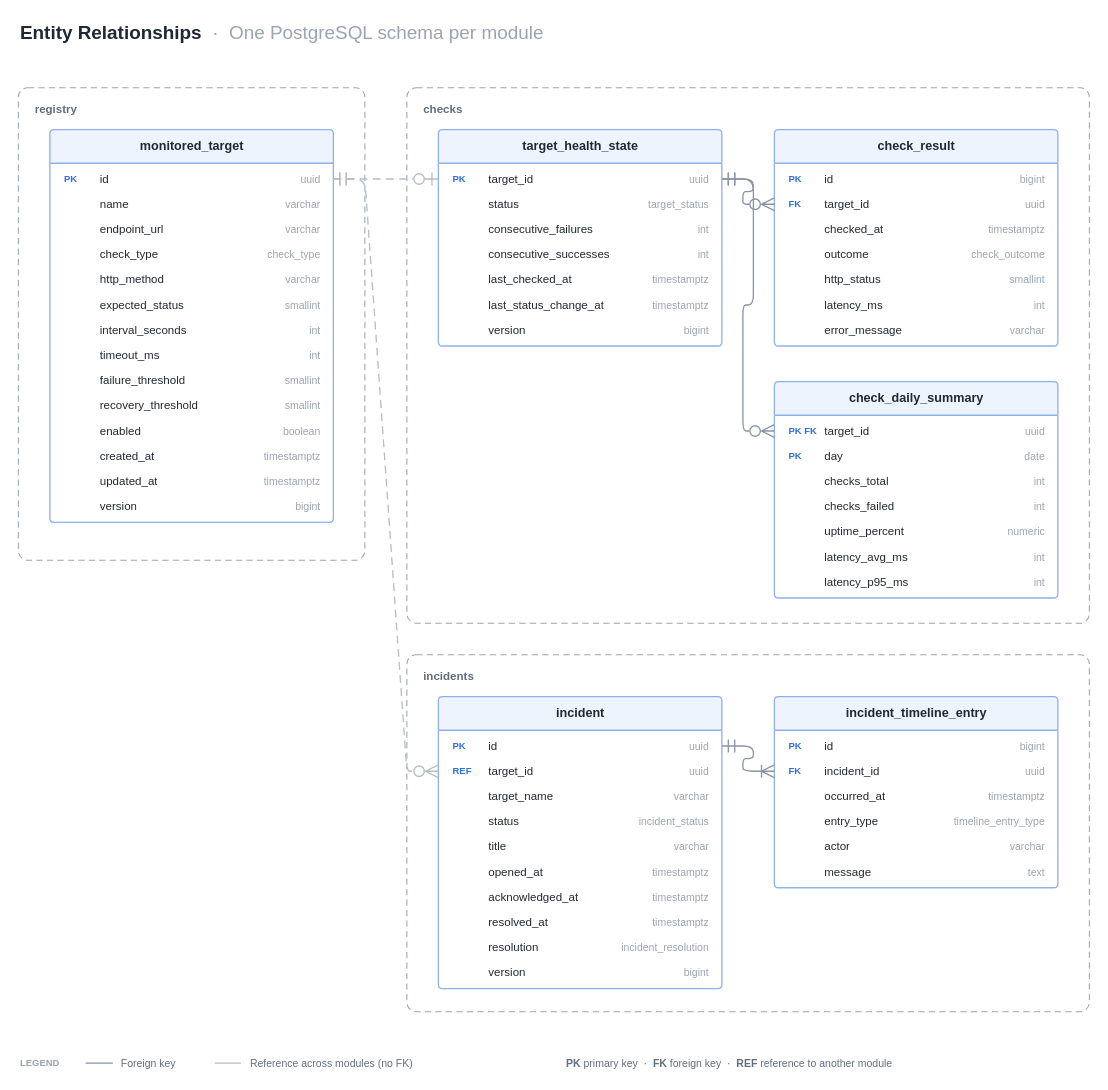
Above: docs/architecture/04-erd.drawio in nebadesmondc/pulsiris (draw.io), before the change. Source tidied: cells renumbered, new cells numbered last; positions are measured from the earlier drawing's top-left corner, leaving out a move shared by most shapes. Both pictures are drawn from the tidied source at 105%, with x=0, y=0 at pixel (18, 18).
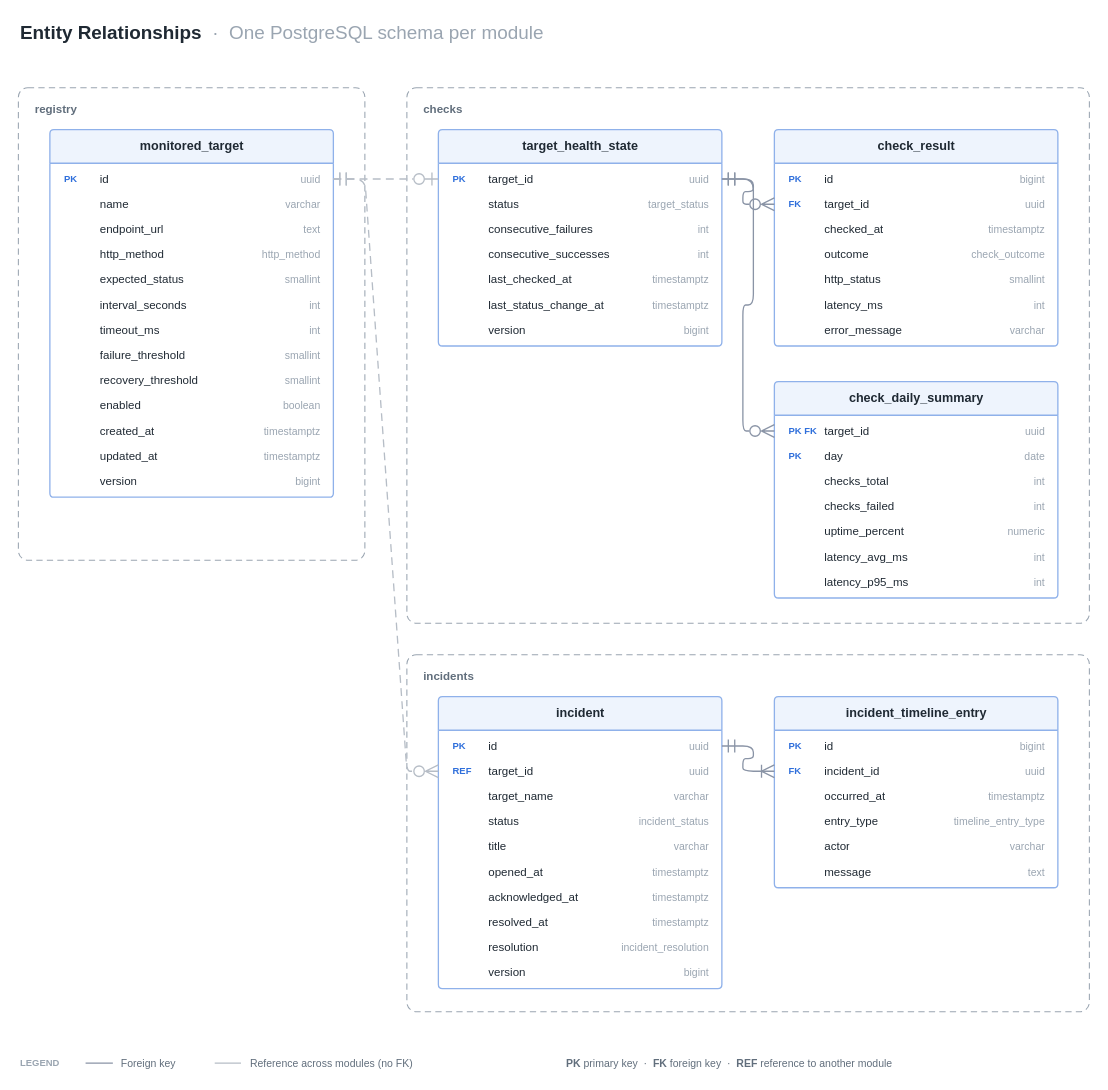
The same page after the edit.

Commit message (it also covers changes not shown here):
Update architecture docs for the registry module

What changed in the source:
```diff
@@
     <mxCell id="6" value="monitored_target" style="fontFamily=Helvetica;swimlane;horizontal=1;startSize=32;html=1;fontSize=12;fontStyle=1;fontColor=#1F2933;fillColor=#EEF4FD;strokeColor=#8FB1EA;swimlaneFillColor=#FFFFFF;strokeWidth=1.25;rounded=1;arcSize=4;" parent="1" vertex="1">
-      <mxGeometry x="30" y="106" width="270" height="374" as="geometry" />
+      <mxGeometry x="30" y="106" width="270" height="350" as="geometry" />
     </mxCell>
@@
-    <mxCell id="13" value="varchar" style="fontFamily=Helvetica;text;html=1;align=left;verticalAlign=middle;whiteSpace=wrap;strokeColor=none;fillColor=none;fontColor=#616E7C;fontSize=11;fontSize=10;align=right;fontColor=#9AA5B1;" parent="6" vertex="1">
+    <mxCell id="13" value="text" style="fontFamily=Helvetica;text;html=1;align=left;verticalAlign=middle;whiteSpace=wrap;strokeColor=none;fillColor=none;fontColor=#616E7C;fontSize=11;fontSize=10;align=right;fontColor=#9AA5B1;" parent="6" vertex="1">
       <mxGeometry x="140" y="83" width="120" height="24" as="geometry" />
     </mxCell>
-    <mxCell id="14" value="check_type" style="fontFamily=Helvetica;text;html=1;strokeColor=none;fillColor=none;align=left;verticalAlign=middle;spacingLeft=10;spacingRight=10;overflow=hidden;fontSize=11;spacingLeft=46;fontColor=#1F2933;" parent="6" vertex="1">
-      <mxGeometry y="107" width="270" height="24" as="geometry" />
-    </mxCell>
-    <mxCell id="15" value="check_type" style="fontFamily=Helvetica;text;html=1;align=left;verticalAlign=middle;whiteSpace=wrap;strokeColor=none;fillColor=none;fontColor=#616E7C;fontSize=11;fontSize=10;align=right;fontColor=#9AA5B1;" parent="6" vertex="1">
-      <mxGeometry x="140" y="107" width="120" height="24" as="geometry" />
-    </mxCell>
     <mxCell id="16" value="http_method" style="fontFamily=Helvetica;text;html=1;strokeColor=none;fillColor=none;align=left;verticalAlign=middle;spacingLeft=10;spacingRight=10;overflow=hidden;fontSize=11;spacingLeft=46;fontColor=#1F2933;" parent="6" vertex="1">
-      <mxGeometry y="131" width="270" height="24" as="geometry" />
+      <mxGeometry y="107" width="270" height="24" as="geometry" />
     </mxCell>
-    <mxCell id="17" value="varchar" style="fontFamily=Helvetica;text;html=1;align=left;verticalAlign=middle;whiteSpace=wrap;strokeColor=none;fillColor=none;fontColor=#616E7C;fontSize=11;fontSize=10;align=right;fontColor=#9AA5B1;" parent="6" vertex="1">
-      <mxGeometry x="140" y="131" width="120" height="24" as="geometry" />
+    <mxCell id="17" value="http_method" style="fontFamily=Helvetica;text;html=1;align=left;verticalAlign=middle;whiteSpace=wrap;strokeColor=none;fillColor=none;fontColor=#616E7C;fontSize=11;fontSize=10;align=right;fontColor=#9AA5B1;" parent="6" vertex="1">
+      <mxGeometry x="140" y="107" width="120" height="24" as="geometry" />
     </mxCell>
     <mxCell id="18" value="expected_status" style="fontFamily=Helvetica;text;html=1;strokeColor=none;fillColor=none;align=left;verticalAlign=middle;spacingLeft=10;spacingRight=10;overflow=hidden;fontSize=11;spacingLeft=46;fontColor=#1F2933;" parent="6" vertex="1">
-      <mxGeometry y="155" width="270" height="24" as="geometry" />
+      <mxGeometry y="131" width="270" height="24" as="geometry" />
     </mxCell>
     <mxCell id="19" value="smallint" style="fontFamily=Helvetica;text;html=1;align=left;verticalAlign=middle;whiteSpace=wrap;strokeColor=none;fillColor=none;fontColor=#616E7C;fontSize=11;fontSize=10;align=right;fontColor=#9AA5B1;" parent="6" vertex="1">
-      <mxGeometry x="140" y="155" width="120" height="24" as="geometry" />
+      <mxGeometry x="140" y="131" width="120" height="24" as="geometry" />
     </mxCell>
     <mxCell id="20" value="interval_seconds" style="fontFamily=Helvetica;text;html=1;strokeColor=none;fillColor=none;align=left;verticalAlign=middle;spacingLeft=10;spacingRight=10;overflow=hidden;fontSize=11;spacingLeft=46;fontColor=#1F2933;" parent="6" vertex="1">
-      <mxGeometry y="179" width="270" height="24" as="geometry" />
+      <mxGeometry y="155" width="270" height="24" as="geometry" />
     </mxCell>
     <mxCell id="21" value="int" style="fontFamily=Helvetica;text;html=1;align=left;verticalAlign=middle;whiteSpace=wrap;strokeColor=none;fillColor=none;fontColor=#616E7C;fontSize=11;fontSize=10;align=right;fontColor=#9AA5B1;" parent="6" vertex="1">
-      <mxGeometry x="140" y="179" width="120" height="24" as="geometry" />
+      <mxGeometry x="140" y="155" width="120" height="24" as="geometry" />
     </mxCell>
     <mxCell id="22" value="timeout_ms" style="fontFamily=Helvetica;text;html=1;strokeColor=none;fillColor=none;align=left;verticalAlign=middle;spacingLeft=10;spacingRight=10;overflow=hidden;fontSize=11;spacingLeft=46;fontColor=#1F2933;" parent="6" vertex="1">
-      <mxGeometry y="203" width="270" height="24" as="geometry" />
+      <mxGeometry y="179" width="270" height="24" as="geometry" />
     </mxCell>
     <mxCell id="23" value="int" style="fontFamily=Helvetica;text;html=1;align=left;verticalAlign=middle;whiteSpace=wrap;strokeColor=none;fillColor=none;fontColor=#616E7C;fontSize=11;fontSize=10;align=right;fontColor=#9AA5B1;" parent="6" vertex="1">
-      <mxGeometry x="140" y="203" width="120" height="24" as="geometry" />
+      <mxGeometry x="140" y="179" width="120" height="24" as="geometry" />
     </mxCell>
     <mxCell id="24" value="failure_threshold" style="fontFamily=Helvetica;text;html=1;strokeColor=none;fillColor=none;align=left;verticalAlign=middle;spacingLeft=10;spacingRight=10;overflow=hidden;fontSize=11;spacingLeft=46;fontColor=#1F2933;" parent="6" vertex="1">
-      <mxGeometry y="227" width="270" height="24" as="geometry" />
+      <mxGeometry y="203" width="270" height="24" as="geometry" />
     </mxCell>
     <mxCell id="25" value="smallint" style="fontFamily=Helvetica;text;html=1;align=left;verticalAlign=middle;whiteSpace=wrap;strokeColor=none;fillColor=none;fontColor=#616E7C;fontSize=11;fontSize=10;align=right;fontColor=#9AA5B1;" parent="6" vertex="1">
-      <mxGeometry x="140" y="227" width="120" height="24" as="geometry" />
+      <mxGeometry x="140" y="203" width="120" height="24" as="geometry" />
     </mxCell>
     <mxCell id="26" value="recovery_threshold" style="fontFamily=Helvetica;text;html=1;strokeColor=none;fillColor=none;align=left;verticalAlign=middle;spacingLeft=10;spacingRight=10;overflow=hidden;fontSize=11;spacingLeft=46;fontColor=#1F2933;" parent="6" vertex="1">
-      <mxGeometry y="251" width="270" height="24" as="geometry" />
+      <mxGeometry y="227" width="270" height="24" as="geometry" />
     </mxCell>
     <mxCell id="27" value="smallint" style="fontFamily=Helvetica;text;html=1;align=left;verticalAlign=middle;whiteSpace=wrap;strokeColor=none;fillColor=none;fontColor=#616E7C;fontSize=11;fontSize=10;align=right;fontColor=#9AA5B1;" parent="6" vertex="1">
-      <mxGeometry x="140" y="251" width="120" height="24" as="geometry" />
+      <mxGeometry x="140" y="227" width="120" height="24" as="geometry" />
     </mxCell>
     <mxCell id="28" value="enabled" style="fontFamily=Helvetica;text;html=1;strokeColor=none;fillColor=none;align=left;verticalAlign=middle;spacingLeft=10;spacingRight=10;overflow=hidden;fontSize=11;spacingLeft=46;fontColor=#1F2933;" parent="6" vertex="1">
-      <mxGeometry y="275" width="270" height="24" as="geometry" />
+      <mxGeometry y="251" width="270" height="24" as="geometry" />
     </mxCell>
     <mxCell id="29" value="boolean" style="fontFamily=Helvetica;text;html=1;align=left;verticalAlign=middle;whiteSpace=wrap;strokeColor=none;fillColor=none;fontColor=#616E7C;fontSize=11;fontSize=10;align=right;fontColor=#9AA5B1;" parent="6" vertex="1">
-      <mxGeometry x="140" y="275" width="120" height="24" as="geometry" />
+      <mxGeometry x="140" y="251" width="120" height="24" as="geometry" />
     </mxCell>
     <mxCell id="30" value="created_at" style="fontFamily=Helvetica;text;html=1;strokeColor=none;fillColor=none;align=left;verticalAlign=middle;spacingLeft=10;spacingRight=10;overflow=hidden;fontSize=11;spacingLeft=46;fontColor=#1F2933;" parent="6" vertex="1">
-      <mxGeometry y="299" width="270" height="24" as="geometry" />
+      <mxGeometry y="275" width="270" height="24" as="geometry" />
     </mxCell>
     <mxCell id="31" value="timestamptz" style="fontFamily=Helvetica;text;html=1;align=left;verticalAlign=middle;whiteSpace=wrap;strokeColor=none;fillColor=none;fontColor=#616E7C;fontSize=11;fontSize=10;align=right;fontColor=#9AA5B1;" parent="6" vertex="1">
-      <mxGeometry x="140" y="299" width="120" height="24" as="geometry" />
+      <mxGeometry x="140" y="275" width="120" height="24" as="geometry" />
     </mxCell>
     <mxCell id="32" value="updated_at" style="fontFamily=Helvetica;text;html=1;strokeColor=none;fillColor=none;align=left;verticalAlign=middle;spacingLeft=10;spacingRight=10;overflow=hidden;fontSize=11;spacingLeft=46;fontColor=#1F2933;" parent="6" vertex="1">
-      <mxGeometry y="323" width="270" height="24" as="geometry" />
+      <mxGeometry y="299" width="270" height="24" as="geometry" />
     </mxCell>
     <mxCell id="33" value="timestamptz" style="fontFamily=Helvetica;text;html=1;align=left;verticalAlign=middle;whiteSpace=wrap;strokeColor=none;fillColor=none;fontColor=#616E7C;fontSize=11;fontSize=10;align=right;fontColor=#9AA5B1;" parent="6" vertex="1">
-      <mxGeometry x="140" y="323" width="120" height="24" as="geometry" />
+      <mxGeometry x="140" y="299" width="120" height="24" as="geometry" />
     </mxCell>
     <mxCell id="34" value="version" style="fontFamily=Helvetica;text;html=1;strokeColor=none;fillColor=none;align=left;verticalAlign=middle;spacingLeft=10;spacingRight=10;overflow=hidden;fontSize=11;spacingLeft=46;fontColor=#1F2933;" parent="6" vertex="1">
-      <mxGeometry y="347" width="270" height="24" as="geometry" />
+      <mxGeometry y="323" width="270" height="24" as="geometry" />
     </mxCell>
     <mxCell id="35" value="bigint" style="fontFamily=Helvetica;text;html=1;align=left;verticalAlign=middle;whiteSpace=wrap;strokeColor=none;fillColor=none;fontColor=#616E7C;fontSize=11;fontSize=10;align=right;fontColor=#9AA5B1;" parent="6" vertex="1">
-      <mxGeometry x="140" y="347" width="120" height="24" as="geometry" />
+      <mxGeometry x="140" y="323" width="120" height="24" as="geometry" />
     </mxCell>
```
